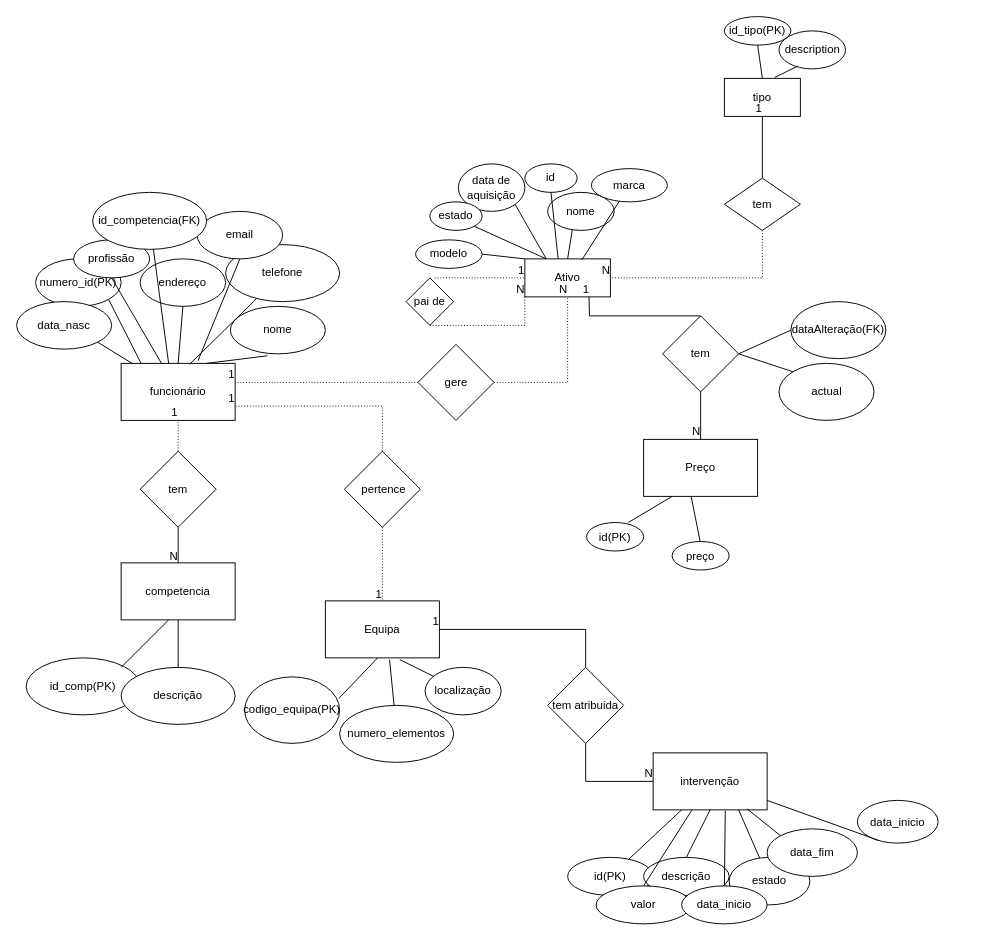
Before: docs/ERmodel.drawio in InesFranco/SI2, a draw.io diagram. Source tidied: cells renumbered, new cells numbered last; positions are measured from the earlier drawing's top-left corner, leaving out a move shared by most shapes. Both pictures are drawn from the tidied source at 95%, with x=0, y=0 at pixel (16, 16).
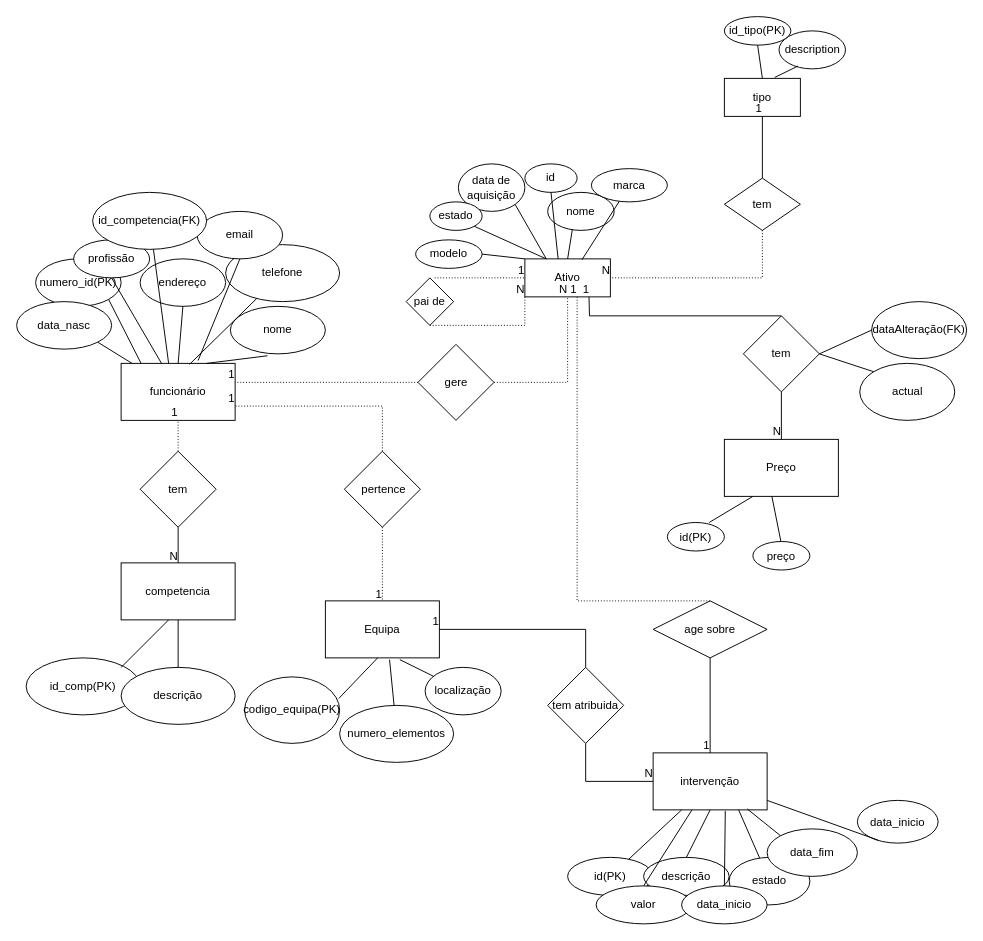
The same diagram, later.

The change refers to these unchanged cells:
```xml
<mxCell id="2" value="Ativo" style="rounded=0;whiteSpace=wrap;html=1;" parent="1" vertex="1">
  <mxGeometry x="535" y="255" width="90" height="40" as="geometry" />
</mxCell>
<mxCell id="25" value="intervenção" style="rounded=0;whiteSpace=wrap;html=1;" parent="1" vertex="1">
  <mxGeometry x="670" y="775" width="120" height="60" as="geometry" />
</mxCell>
```

Diff of the diagram source:
```diff
@@
     <mxCell id="9" value="Preço" style="rounded=0;whiteSpace=wrap;html=1;" parent="1" vertex="1">
-      <mxGeometry x="660" y="445" width="120" height="60" as="geometry" />
+      <mxGeometry x="745" y="445" width="120" height="60" as="geometry" />
     </mxCell>
     <mxCell id="10" value="id(PK)" style="ellipse;whiteSpace=wrap;html=1;rounded=0;" parent="1" vertex="1">
-      <mxGeometry x="600" y="532.5" width="60" height="30" as="geometry" />
+      <mxGeometry x="685" y="532.5" width="60" height="30" as="geometry" />
     </mxCell>
     <mxCell id="11" value="dataAlteração(FK)" style="ellipse;whiteSpace=wrap;html=1;rounded=0;" parent="1" vertex="1">
-      <mxGeometry x="815" y="300" width="100" height="60" as="geometry" />
+      <mxGeometry x="900" y="300" width="100" height="60" as="geometry" />
     </mxCell>
@@
     <mxCell id="44" value="tem" style="rhombus;whiteSpace=wrap;html=1;" parent="1" vertex="1">
-      <mxGeometry x="680" y="315" width="80" height="80" as="geometry" />
+      <mxGeometry x="765" y="315" width="80" height="80" as="geometry" />
     </mxCell>
@@
     <mxCell id="79" value="actual" style="ellipse;whiteSpace=wrap;html=1;rounded=0;" parent="1" vertex="1">
-      <mxGeometry x="802.5" y="365" width="100" height="60" as="geometry" />
+      <mxGeometry x="887.5" y="365" width="100" height="60" as="geometry" />
     </mxCell>
@@
     <mxCell id="81" style="endArrow=none;html=1;rounded=0;" parent="1" edge="1">
       <mxGeometry relative="1" as="geometry">
-        <mxPoint x="720" y="555" as="sourcePoint" />
-        <mxPoint x="710" y="505" as="targetPoint" />
+        <mxPoint x="805" y="555" as="sourcePoint" />
+        <mxPoint x="795" y="505" as="targetPoint" />
       </mxGeometry>
     </mxCell>
     <mxCell id="82" value="preço" style="ellipse;whiteSpace=wrap;html=1;rounded=0;" parent="1" vertex="1">
-      <mxGeometry x="690" y="552.5" width="60" height="30" as="geometry" />
+      <mxGeometry x="775" y="552.5" width="60" height="30" as="geometry" />
     </mxCell>
@@
+    <mxCell id="108" value="age sobre" style="shape=rhombus;perimeter=rhombusPerimeter;whiteSpace=wrap;html=1;align=center;" parent="1" vertex="1">
+      <mxGeometry x="670" y="615" width="120" height="60" as="geometry" />
+    </mxCell>
+    <mxCell id="109" style="endArrow=none;html=1;rounded=0;entryX=0.5;entryY=0;entryDx=0;entryDy=0;exitX=0.5;exitY=1;exitDx=0;exitDy=0;" parent="1" edge="1" source="108" target="25">
+      <mxGeometry relative="1" as="geometry" />
+    </mxCell>
+    <mxCell id="110" value="1" style="html=1;align=right;verticalAlign=bottom;" parent="109" vertex="1">
+      <mxGeometry x="1" relative="1" as="geometry" />
+    </mxCell>
+    <mxCell id="111" style="endArrow=none;html=1;rounded=0;dashed=1;dashPattern=1 2;entryX=0.611;entryY=1;entryDx=0;entryDy=0;entryPerimeter=0;exitX=0.5;exitY=0;exitDx=0;exitDy=0;" parent="1" edge="1" source="108" target="2">
+      <mxGeometry relative="1" as="geometry">
+        <Array as="points">
+          <mxPoint x="590" y="615" />
+        </Array>
+      </mxGeometry>
+    </mxCell>
+    <mxCell id="112" value="1" style="html=1;align=right;verticalAlign=bottom;" parent="111" vertex="1">
+      <mxGeometry x="1" relative="1" as="geometry" />
+    </mxCell>
```
